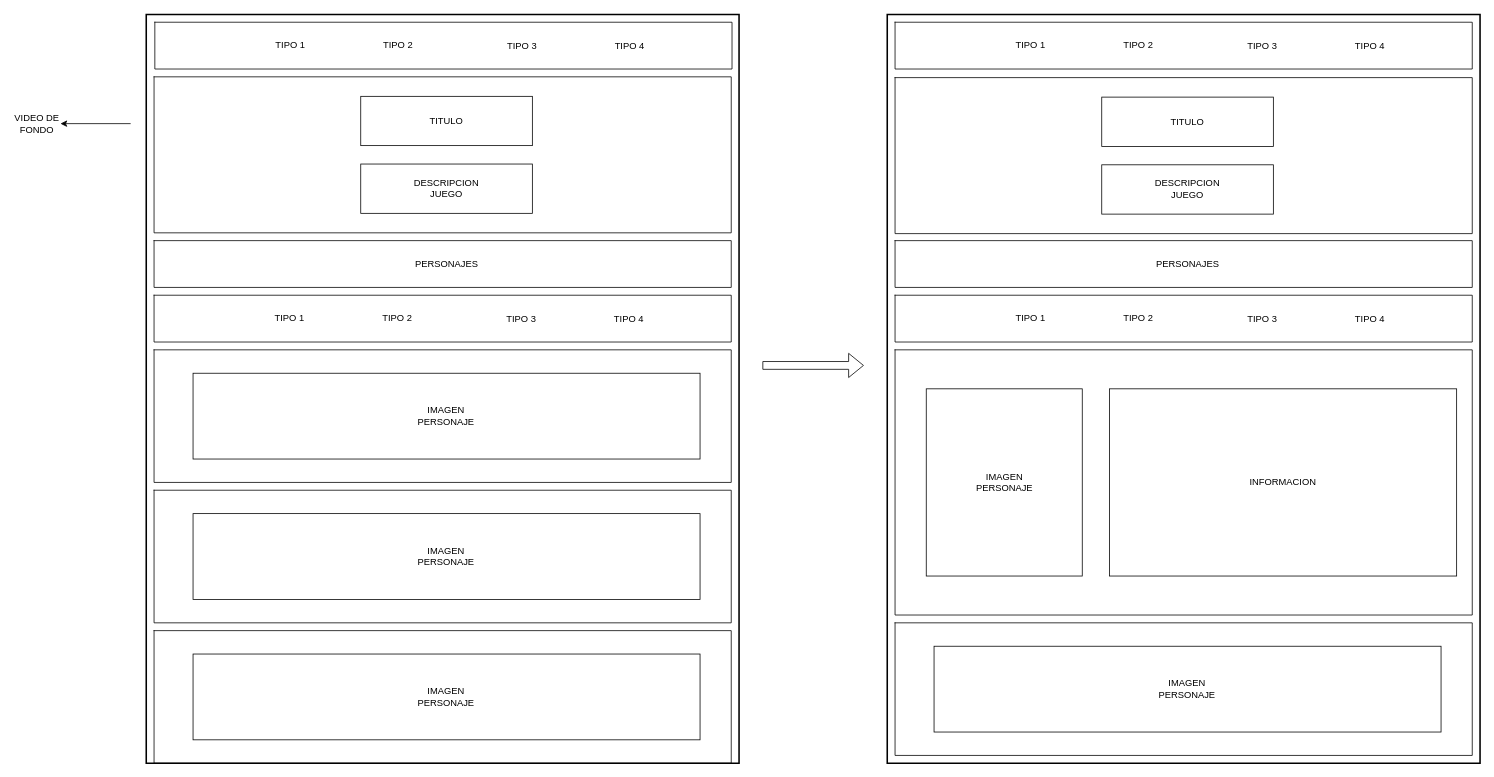
Before: Planning/planning.drawio in JershonEspitia/ProjectPageApex, a draw.io diagram. Source tidied: cells renumbered, new cells numbered last; positions are measured from the earlier drawing's top-left corner, leaving out a move shared by most shapes. Both pictures are drawn from the tidied source at 78%, with x=0, y=0 at pixel (13, 14).
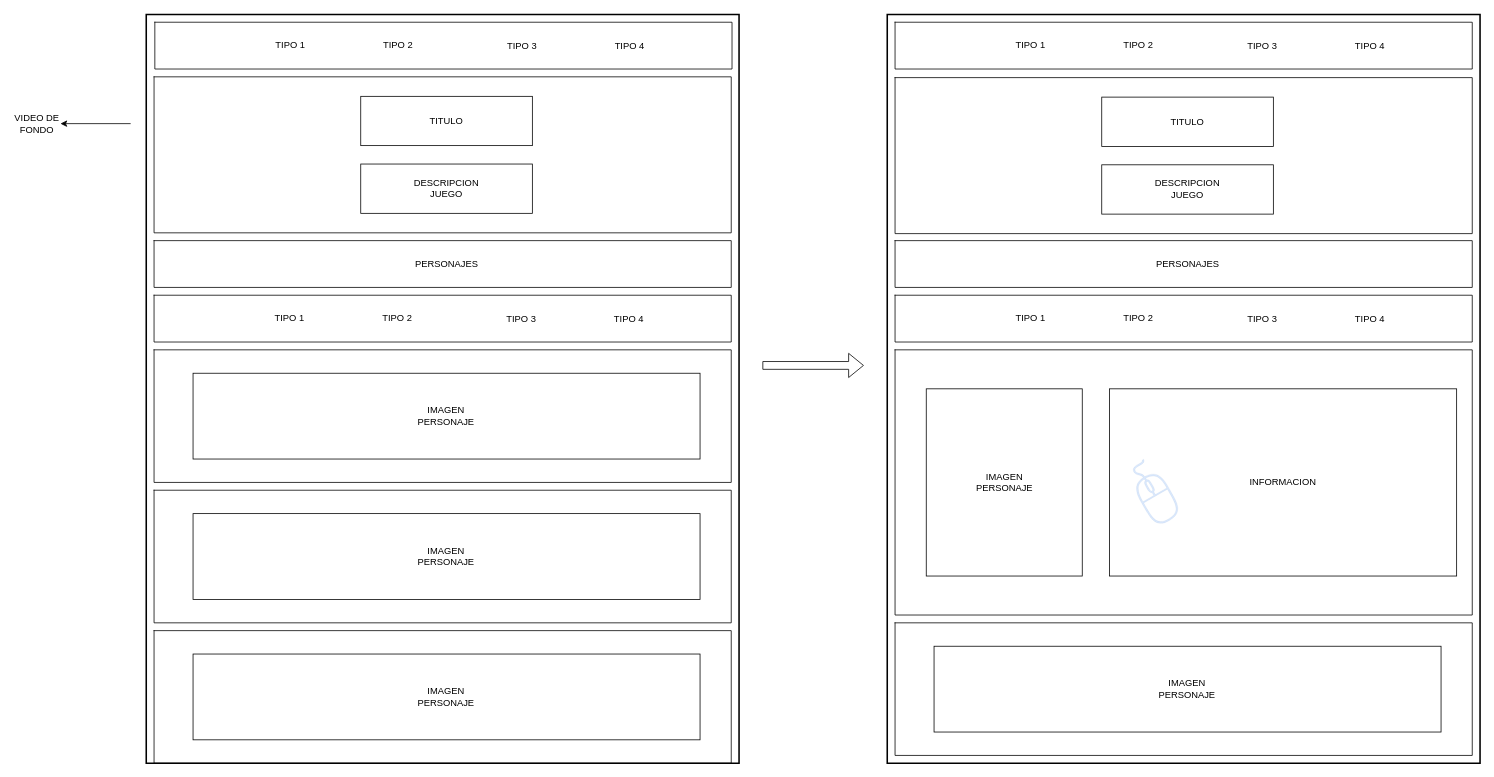
Above is the later version.

What changed in the source:
```diff
@@
-    <mxCell id="41" style="group;" parent="1" vertex="1">
+    <mxCell id="41" style="group;fillColor=none;" parent="1" vertex="1">
       <mxGeometry x="1405" y="480" width="445" height="240" as="geometry" />
     </mxCell>
@@
+    <mxCell id="110" style="sketch=0;shadow=0;dashed=0;html=1;strokeColor=#6c8ebf;fillColor=#dae8fc;labelPosition=center;verticalLabelPosition=bottom;verticalAlign=top;align=center;shape=mxgraph.vvd.mouse;strokeWidth=0;rotation=-30;" parent="41" vertex="1">
+      <mxGeometry x="35" y="90" width="41.4" height="84.4" as="geometry" />
+    </mxCell>
```
